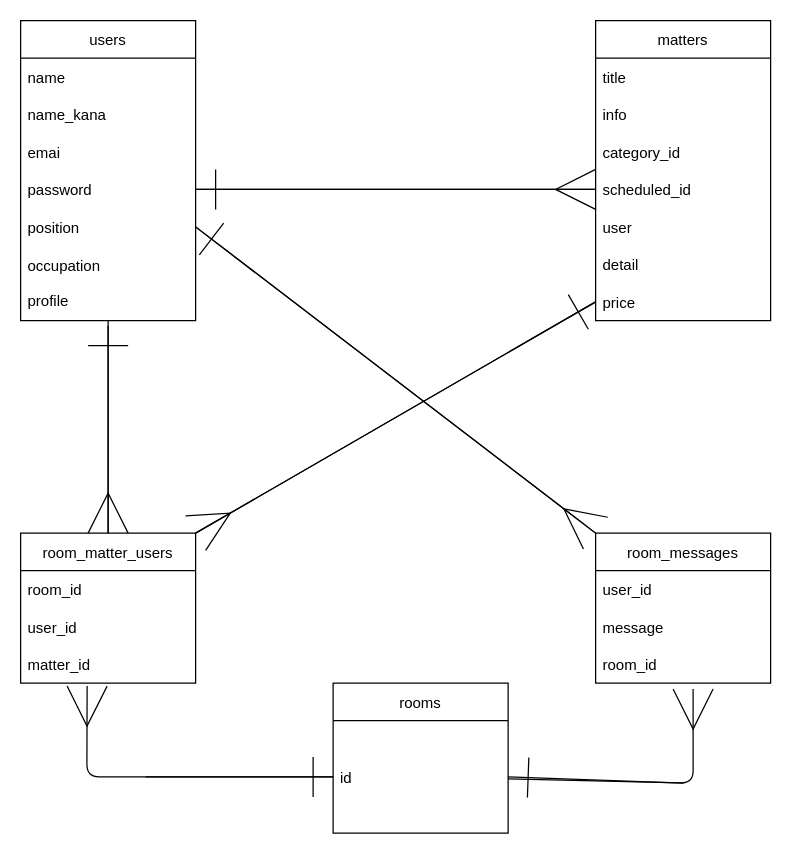
masakku/job-en-c keeps this draw.io diagram as test.dio. Above is the earlier version. Source tidied: cells renumbered, new cells numbered last; positions are measured from the earlier drawing's top-left corner, leaving out a move shared by most shapes. Both pictures are drawn from the tidied source at 125%, with x=0, y=0 at pixel (20, 20).
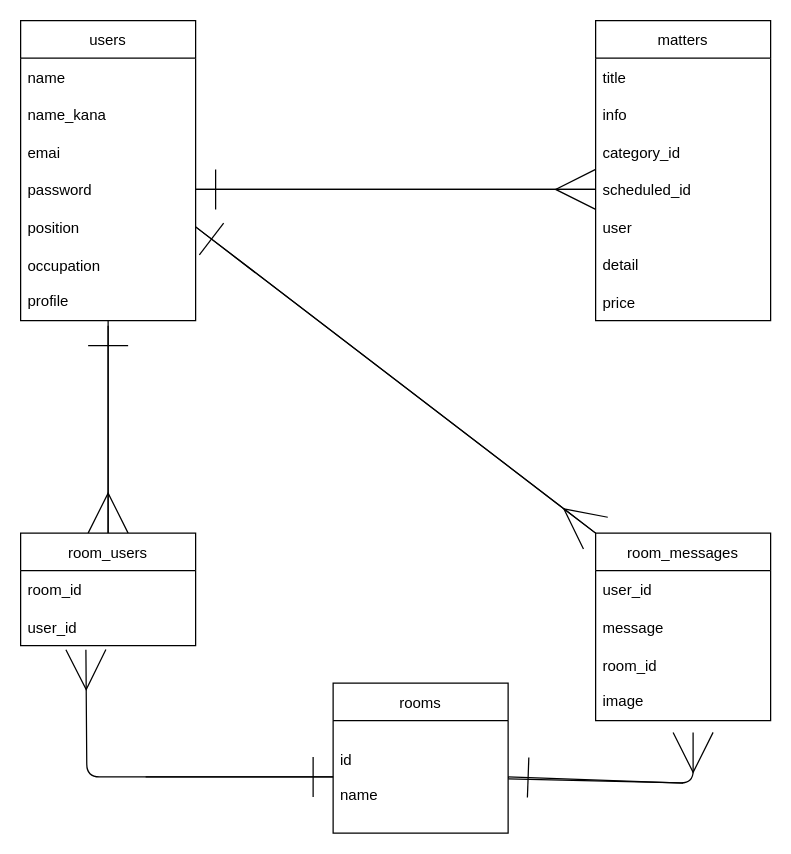
Above is the later version.

Unchanged cells that the change refers to:
```xml
<mxCell id="17" value="price" style="text;strokeColor=none;fillColor=none;align=left;verticalAlign=middle;spacingLeft=4;spacingRight=4;overflow=hidden;points=[[0,0.5],[1,0.5]];portConstraint=eastwest;" parent="10" vertex="1">
  <mxGeometry y="210" width="140" height="30" as="geometry" />
</mxCell>
<mxCell id="21" value="user_id" style="text;strokeColor=none;fillColor=none;align=left;verticalAlign=middle;spacingLeft=4;spacingRight=4;overflow=hidden;points=[[0,0.5],[1,0.5]];portConstraint=eastwest;" parent="19" vertex="1">
  <mxGeometry y="60" width="140" height="30" as="geometry" />
</mxCell>
```

Change to the diagram source:
```diff
@@
-    <mxCell id="19" value="room_matter_users" style="swimlane;fontStyle=0;horizontal=1;startSize=30;" parent="1" vertex="1">
-      <mxGeometry y="410" width="140" height="120" as="geometry" />
+    <mxCell id="19" value="room_users" style="swimlane;fontStyle=0;horizontal=1;startSize=30;" parent="1" vertex="1">
+      <mxGeometry y="410" width="140" height="90" as="geometry" />
     </mxCell>
@@
-    <mxCell id="22" value="matter_id" style="text;strokeColor=none;fillColor=none;align=left;verticalAlign=middle;spacingLeft=4;spacingRight=4;overflow=hidden;points=[[0,0.5],[1,0.5]];portConstraint=eastwest;" parent="19" vertex="1">
-      <mxGeometry y="90" width="140" height="30" as="geometry" />
-    </mxCell>
@@
     <mxCell id="25" value="room_messages" style="swimlane;fontStyle=0;horizontal=1;startSize=30;" parent="1" vertex="1">
-      <mxGeometry x="460" y="410" width="140" height="120" as="geometry" />
+      <mxGeometry x="460" y="410" width="140" height="150" as="geometry" />
     </mxCell>
@@
-    <mxCell id="28" value="room_id" style="text;strokeColor=none;fillColor=none;align=left;verticalAlign=middle;spacingLeft=4;spacingRight=4;overflow=hidden;points=[[0,0.5],[1,0.5]];portConstraint=eastwest;" parent="25" vertex="1">
-      <mxGeometry y="90" width="140" height="30" as="geometry" />
+    <mxCell id="28" value="room_id&#10;&#10;image" style="text;strokeColor=none;fillColor=none;align=left;verticalAlign=middle;spacingLeft=4;spacingRight=4;overflow=hidden;points=[[0,0.5],[1,0.5]];portConstraint=eastwest;" parent="25" vertex="1">
+      <mxGeometry y="90" width="140" height="60" as="geometry" />
     </mxCell>
@@
-    <mxCell id="31" style="edgeStyle=none;html=1;exitX=0;exitY=0.5;exitDx=0;exitDy=0;endArrow=ERmany;endFill=0;endSize=30;entryX=1;entryY=0;entryDx=0;entryDy=0;" parent="1" edge="1" source="17" target="19">
-      <mxGeometry relative="1" as="geometry" />
-    </mxCell>
-    <mxCell id="32" style="edgeStyle=none;html=1;exitX=0;exitY=0.5;exitDx=0;exitDy=0;endArrow=ERmany;endFill=0;endSize=30;entryX=0.38;entryY=1.078;entryDx=0;entryDy=0;entryPerimeter=0;" parent="1" edge="1" source="34" target="22">
+    <mxCell id="32" style="edgeStyle=none;html=1;exitX=0;exitY=0.5;exitDx=0;exitDy=0;endArrow=ERmany;endFill=0;endSize=30;entryX=0.373;entryY=1.107;entryDx=0;entryDy=0;entryPerimeter=0;" parent="1" edge="1" source="34" target="21">
       <mxGeometry relative="1" as="geometry">
         <Array as="points">
           <mxPoint x="53" y="605" />
         </Array>
       </mxGeometry>
     </mxCell>
@@
-    <mxCell id="34" value="id" style="text;strokeColor=none;fillColor=none;align=left;verticalAlign=middle;spacingLeft=4;spacingRight=4;overflow=hidden;points=[[0,0.5],[1,0.5]];portConstraint=eastwest;" parent="1" vertex="1">
+    <mxCell id="34" value="id&#10;&#10;name" style="text;strokeColor=none;fillColor=none;align=left;verticalAlign=middle;spacingLeft=4;spacingRight=4;overflow=hidden;points=[[0,0.5],[1,0.5]];portConstraint=eastwest;" parent="1" vertex="1">
       <mxGeometry x="250" y="560" width="140" height="90" as="geometry" />
     </mxCell>
@@
-    <mxCell id="36" style="edgeStyle=none;html=1;exitX=1;exitY=0;exitDx=0;exitDy=0;endArrow=ERone;endFill=0;endSize=30;" parent="1" edge="1" source="19">
-      <mxGeometry relative="1" as="geometry">
-        <mxPoint x="460" y="225" as="targetPoint" />
-      </mxGeometry>
-    </mxCell>
```
